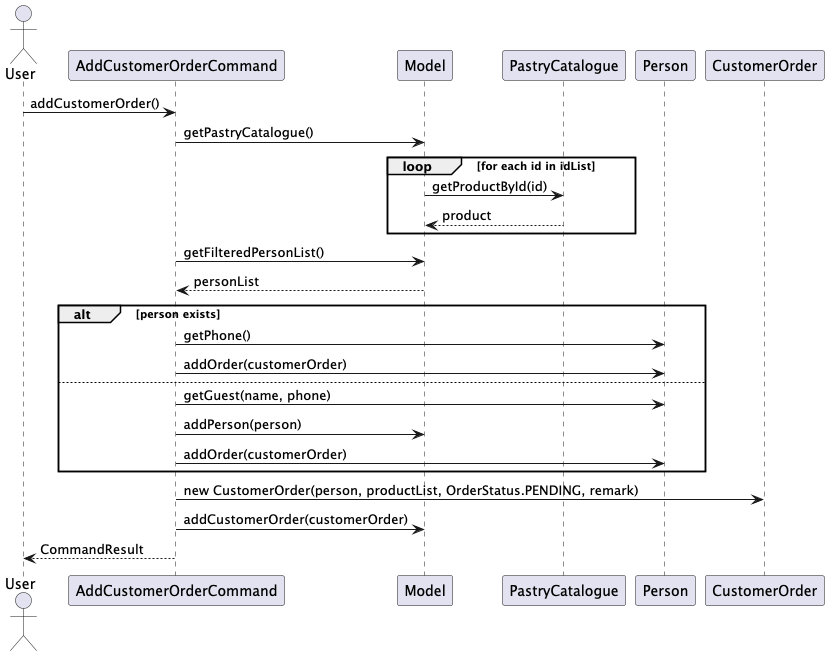
Before: docs/images/AddCustomerOrderSequenceDiagram.png, a diagram exported from PlantUML (nus-cs2103-AY2425S1/tp). The source it was exported from:
```plantuml
@startuml
actor User
participant "AddCustomerOrderCommand" as ACC
participant "Model" as M
participant "PastryCatalogue" as PC
participant "Person" as P
participant "CustomerOrder" as CO

User -> ACC: addCustomerOrder()
ACC -> M: getPastryCatalogue()
loop for each id in idList
    M -> PC: getProductById(id)
    PC --> M: product
end
ACC -> M: getFilteredPersonList()
M --> ACC: personList
alt person exists
    ACC -> P: getPhone()
    ACC -> P: addOrder(customerOrder)
else
    ACC -> P: getGuest(name, phone)
    ACC -> M: addPerson(person)
    ACC -> P: addOrder(customerOrder)
end
ACC -> CO: new CustomerOrder(person, productList, OrderStatus.PENDING, remark)
ACC -> M: addCustomerOrder(customerOrder)
ACC --> User: CommandResult
@enduml
```
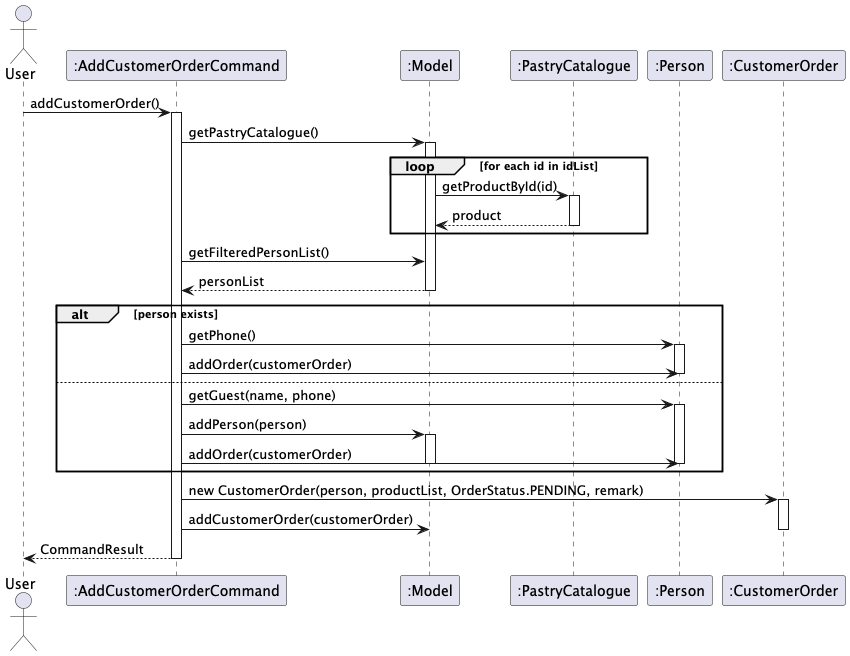
After the change.

Commit message:
Update DG sequence diagrams

The edit, as a diff of the source:
```diff
@@ -1,28 +1,42 @@
 @startuml
 actor User
-participant "AddCustomerOrderCommand" as ACC
-participant "Model" as M
-participant "PastryCatalogue" as PC
-participant "Person" as P
-participant "CustomerOrder" as CO
+participant ":AddCustomerOrderCommand" as ACC
+participant ":Model" as M
+participant ":PastryCatalogue" as PC
+participant ":Person" as P
+participant ":CustomerOrder" as CO
 
 User -> ACC: addCustomerOrder()
+activate ACC
 ACC -> M: getPastryCatalogue()
+activate M
 loop for each id in idList
     M -> PC: getProductById(id)
+    activate PC
     PC --> M: product
+    deactivate PC
 end
 ACC -> M: getFilteredPersonList()
 M --> ACC: personList
+deactivate M
 alt person exists
     ACC -> P: getPhone()
+    activate P
     ACC -> P: addOrder(customerOrder)
+    deactivate P
 else
     ACC -> P: getGuest(name, phone)
+    activate P
     ACC -> M: addPerson(person)
+    activate M
     ACC -> P: addOrder(customerOrder)
+    deactivate M
+    deactivate P
 end
 ACC -> CO: new CustomerOrder(person, productList, OrderStatus.PENDING, remark)
+activate CO
 ACC -> M: addCustomerOrder(customerOrder)
+deactivate CO
 ACC --> User: CommandResult
+deactivate ACC
 @enduml
```
